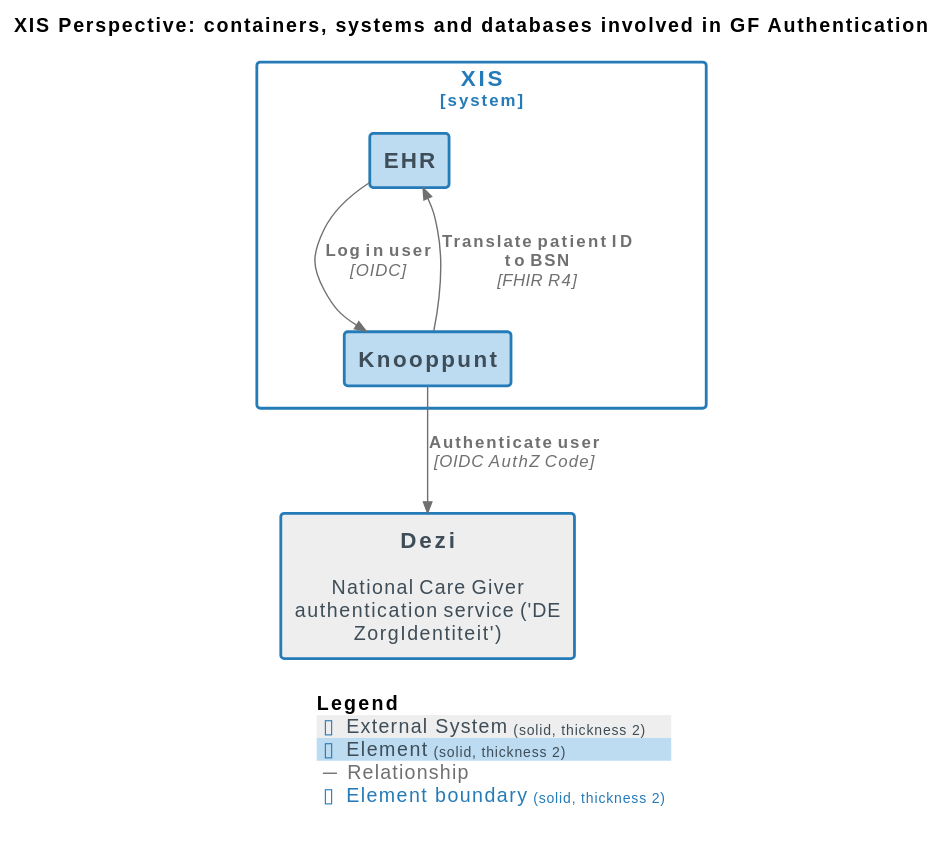
The PlantUML diagram docs/images/structurizr-GF_Authentication_ContainerDiagram.svg in nuts-foundation/nuts-knooppunt, before a commit.
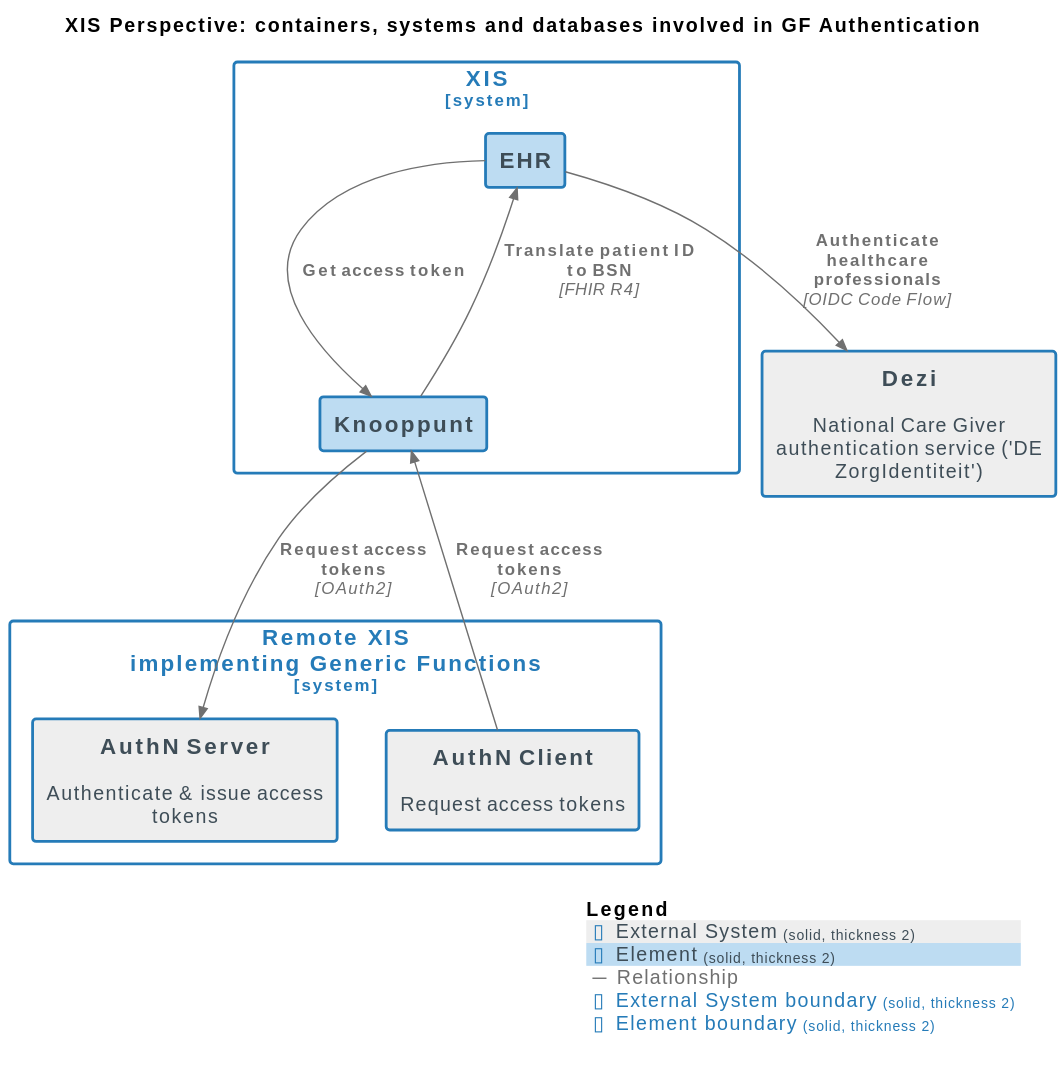
Later version of the same file.

The edit, as a diff of the source:
```diff
@@ -13,6 +13,7 @@
 
 AddRelTag("Relationship", $textColor="#707070", $lineColor="#707070", $lineStyle = "")
 
+AddBoundaryTag("External System", $bgColor="#ffffff", $borderColor="#257bb8", $fontColor="#257bb8", $shadowing="", $borderStyle="solid", $borderThickness="2")
 AddBoundaryTag("Element", $bgColor="#ffffff", $borderColor="#257bb8", $fontColor="#257bb8", $shadowing="", $borderStyle="solid", $borderThickness="2")
 
 System(Dezi, "Dezi", $descr="National Care Giver authentication service ('DE ZorgIdentiteit')", $tags="External System", $link="")
@@ -22,8 +23,15 @@
   Container(XIS.Knooppunt, "Knooppunt", $techn="", $descr="", $tags="Element", $link="")
 }
 
-Rel(XIS.EHR, XIS.Knooppunt, "Log in user", $techn="OIDC", $tags="Relationship", $link="")
-Rel(XIS.Knooppunt, Dezi, "Authenticate user", $techn="OIDC AuthZ Code", $tags="Relationship", $link="")
+System_Boundary("RemoteXISimplementingGenericFunctions_boundary", "Remote XIS\nimplementing Generic Functions", $tags="External System") {
+  Container(RemoteXISimplementingGenericFunctions.AuthNClient, "AuthN Client", $techn="", $descr="Request access tokens", $tags="External System", $link="")
+  Container(RemoteXISimplementingGenericFunctions.AuthNServer, "AuthN Server", $techn="", $descr="Authenticate & issue access tokens", $tags="External System", $link="")
+}
+
+Rel(XIS.EHR, Dezi, "Authenticate healthcare professionals", $techn="OIDC Code Flow", $tags="Relationship", $link="")
+Rel(XIS.EHR, XIS.Knooppunt, "Get access token", $techn="", $tags="Relationship", $link="")
+Rel(XIS.Knooppunt, RemoteXISimplementingGenericFunctions.AuthNServer, "Request access tokens", $techn="OAuth2", $tags="Relationship", $link="")
+Rel(RemoteXISimplementingGenericFunctions.AuthNClient, XIS.Knooppunt, "Request access tokens", $techn="OAuth2", $tags="Relationship", $link="")
 Rel(XIS.Knooppunt, XIS.EHR, "Translate patient ID to BSN", $techn="FHIR R4", $tags="Relationship", $link="")
 
 SHOW_LEGEND(true)
```
